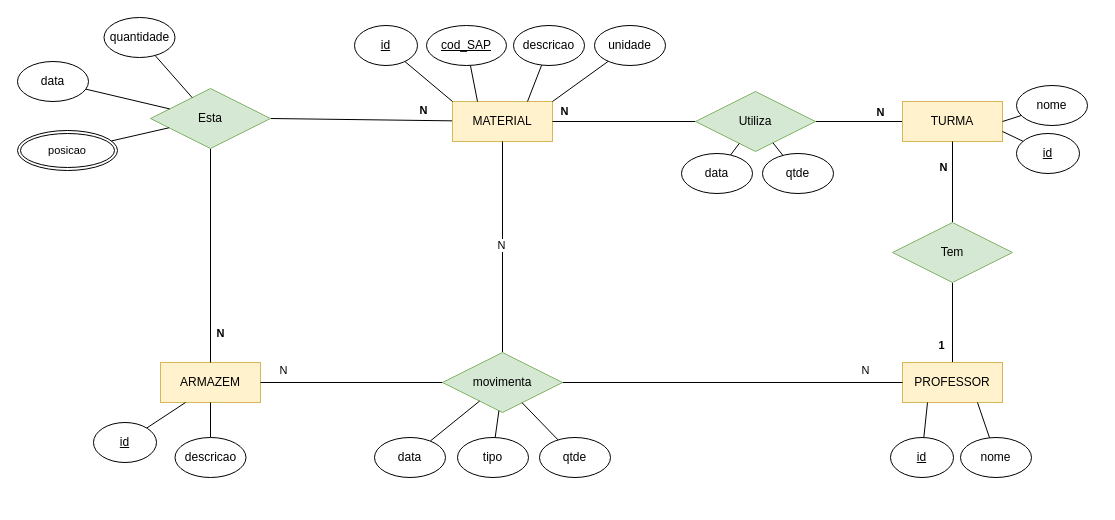
Before: ModelosDb/Oficinamec_v1.drawio.xml in FelipeOropeza/OficinaMecanicaSenai, a draw.io diagram. Source tidied: cells renumbered, new cells numbered last; positions are measured from the earlier drawing's top-left corner, leaving out a move shared by most shapes. Both pictures are drawn from the tidied source at 100%, with x=0, y=0 at pixel (17, 17).
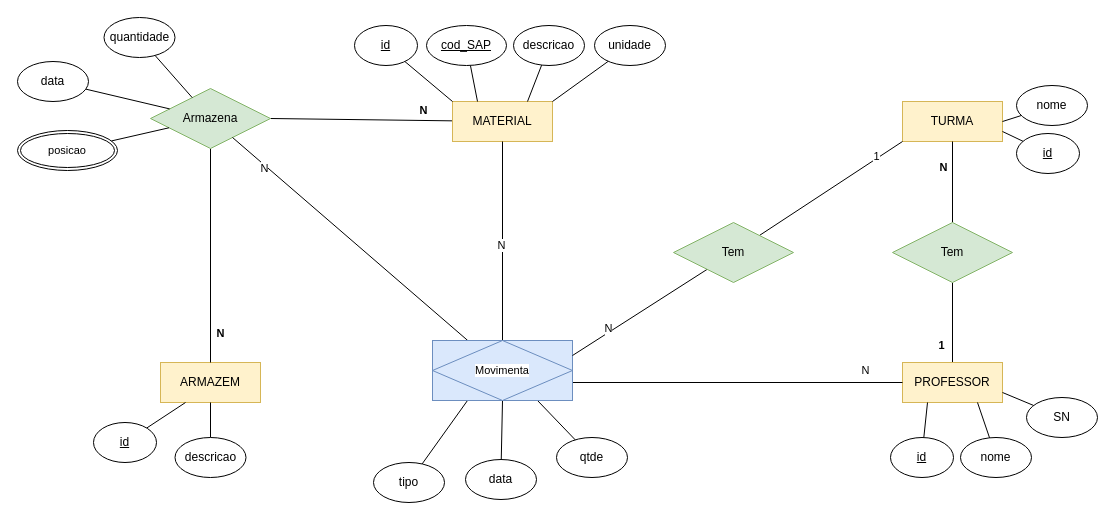
The same page after the edit.

Unchanged cells that the change refers to:
```xml
<mxCell id="4" value="PROFESSOR" style="whiteSpace=wrap;html=1;align=center;fillColor=#fff2cc;strokeColor=#d6b656;" parent="1" vertex="1">
  <mxGeometry x="885" y="345" width="100" height="40" as="geometry" />
</mxCell>
<mxCell id="5" value="ARMAZEM" style="whiteSpace=wrap;html=1;align=center;fillColor=#fff2cc;strokeColor=#d6b656;" parent="1" vertex="1">
  <mxGeometry x="143" y="345" width="100" height="40" as="geometry" />
</mxCell>
<mxCell id="8" value="MATERIAL" style="whiteSpace=wrap;html=1;align=center;fillColor=#fff2cc;strokeColor=#d6b656;" parent="1" vertex="1">
  <mxGeometry x="435" y="84" width="100" height="40" as="geometry" />
</mxCell>
<mxCell id="11" value="TURMA" style="whiteSpace=wrap;html=1;align=center;fillColor=#fff2cc;strokeColor=#d6b656;" parent="1" vertex="1">
  <mxGeometry x="885" y="84" width="100" height="40" as="geometry" />
</mxCell>
```

The edit, as a diff of the source:
```diff
@@
-    <mxCell id="9" style="edgeStyle=none;rounded=0;jettySize=auto;html=1;entryX=1;entryY=0.5;entryDx=0;entryDy=0;strokeColor=default;align=center;verticalAlign=middle;fontFamily=Helvetica;fontSize=11;fontColor=default;labelBackgroundColor=default;endArrow=none;endFill=0;" parent="1" edge="1" source="11" target="42">
-      <mxGeometry relative="1" as="geometry" />
-    </mxCell>
-    <mxCell id="10" value="N" style="edgeLabel;html=1;align=center;verticalAlign=middle;fontFamily=Helvetica;fontSize=11;fontColor=default;labelBackgroundColor=default;fontStyle=1;" parent="9" vertex="1">
-      <mxGeometry x="-0.46" relative="1" as="geometry">
-        <mxPoint y="-10" as="offset" />
-      </mxGeometry>
-    </mxCell>
@@
-    <mxCell id="14" value="Esta" style="shape=rhombus;perimeter=rhombusPerimeter;whiteSpace=wrap;html=1;align=center;fillColor=#d5e8d4;strokeColor=#82b366;" parent="1" vertex="1">
+    <mxCell id="14" value="Armazena" style="shape=rhombus;perimeter=rhombusPerimeter;whiteSpace=wrap;html=1;align=center;fillColor=#d5e8d4;strokeColor=#82b366;" parent="1" vertex="1">
       <mxGeometry x="133" y="71" width="120" height="60" as="geometry" />
     </mxCell>
@@
-    <mxCell id="40" style="edgeStyle=none;rounded=0;jettySize=auto;html=1;entryX=1;entryY=0.5;entryDx=0;entryDy=0;strokeColor=default;align=center;verticalAlign=middle;fontFamily=Helvetica;fontSize=11;fontColor=default;labelBackgroundColor=default;endArrow=none;endFill=0;exitX=0;exitY=0.5;exitDx=0;exitDy=0;" parent="1" edge="1" source="42" target="8">
-      <mxGeometry relative="1" as="geometry" />
-    </mxCell>
-    <mxCell id="41" value="N" style="edgeLabel;html=1;align=center;verticalAlign=middle;fontFamily=Helvetica;fontSize=11;fontColor=default;labelBackgroundColor=default;fontStyle=1;" parent="40" vertex="1">
-      <mxGeometry x="0.11" y="-3" relative="1" as="geometry">
-        <mxPoint x="-53" y="-8" as="offset" />
-      </mxGeometry>
-    </mxCell>
-    <mxCell id="42" value="Utiliza" style="shape=rhombus;perimeter=rhombusPerimeter;whiteSpace=wrap;html=1;align=center;fillColor=#d5e8d4;strokeColor=#82b366;" parent="1" vertex="1">
-      <mxGeometry x="678" y="74" width="120" height="60" as="geometry" />
-    </mxCell>
-    <mxCell id="43" style="edgeStyle=none;rounded=0;jettySize=auto;html=1;entryX=0.5;entryY=1;entryDx=0;entryDy=0;strokeColor=default;align=center;verticalAlign=middle;fontFamily=Helvetica;fontSize=11;fontColor=default;labelBackgroundColor=default;endArrow=none;endFill=0;" parent="1" edge="1" source="49" target="8">
-      <mxGeometry relative="1" as="geometry" />
+    <mxCell id="43" style="edgeStyle=none;rounded=0;jettySize=auto;html=1;entryX=0.5;entryY=1;entryDx=0;entryDy=0;strokeColor=default;align=center;verticalAlign=middle;fontFamily=Helvetica;fontSize=11;fontColor=default;labelBackgroundColor=default;endArrow=none;endFill=0;" parent="1" edge="1" target="8">
+      <mxGeometry relative="1" as="geometry">
+        <mxPoint x="485" y="335" as="sourcePoint" />
+      </mxGeometry>
     </mxCell>
@@
-    <mxCell id="45" style="edgeStyle=none;rounded=0;jettySize=auto;html=1;strokeColor=default;align=center;verticalAlign=middle;fontFamily=Helvetica;fontSize=11;fontColor=default;labelBackgroundColor=default;endArrow=none;endFill=0;" parent="1" edge="1" source="49" target="5">
-      <mxGeometry relative="1" as="geometry" />
-    </mxCell>
-    <mxCell id="46" value="N" style="edgeLabel;html=1;align=center;verticalAlign=middle;fontFamily=Helvetica;fontSize=11;fontColor=default;labelBackgroundColor=default;" parent="45" vertex="1">
-      <mxGeometry x="-0.23" y="1" relative="1" as="geometry">
-        <mxPoint x="-90" y="-14" as="offset" />
-      </mxGeometry>
-    </mxCell>
-    <mxCell id="47" style="edgeStyle=none;rounded=0;jettySize=auto;html=1;strokeColor=default;align=center;verticalAlign=middle;fontFamily=Helvetica;fontSize=11;fontColor=default;labelBackgroundColor=default;endArrow=none;endFill=0;" parent="1" edge="1" source="49" target="4">
-      <mxGeometry relative="1" as="geometry" />
+    <mxCell id="47" style="edgeStyle=none;rounded=0;jettySize=auto;html=1;strokeColor=default;align=center;verticalAlign=middle;fontFamily=Helvetica;fontSize=11;fontColor=default;labelBackgroundColor=default;endArrow=none;endFill=0;" parent="1" edge="1" target="4">
+      <mxGeometry relative="1" as="geometry">
+        <mxPoint x="545" y="365" as="sourcePoint" />
+      </mxGeometry>
     </mxCell>
@@
-    <mxCell id="49" value="movimenta" style="shape=rhombus;perimeter=rhombusPerimeter;whiteSpace=wrap;html=1;align=center;fillColor=#d5e8d4;strokeColor=#82b366;" parent="1" vertex="1">
-      <mxGeometry x="425" y="335" width="120" height="60" as="geometry" />
-    </mxCell>
-    <mxCell id="50" style="edgeStyle=none;rounded=0;jettySize=auto;html=1;strokeColor=default;align=center;verticalAlign=middle;fontFamily=Helvetica;fontSize=11;fontColor=default;labelBackgroundColor=default;endArrow=none;endFill=0;" parent="1" edge="1" source="51" target="49">
-      <mxGeometry relative="1" as="geometry" />
-    </mxCell>
+    <mxCell id="64" style="edgeStyle=none;rounded=0;jettySize=auto;html=1;entryX=0.5;entryY=1;entryDx=0;entryDy=0;strokeColor=default;align=center;verticalAlign=middle;fontFamily=Helvetica;fontSize=11;fontColor=default;labelBackgroundColor=default;endArrow=none;endFill=0;" parent="1" edge="1" source="51" target="68">
+      <mxGeometry relative="1" as="geometry" />
+    </mxCell>
     <mxCell id="51" value="data" style="ellipse;whiteSpace=wrap;html=1;align=center;" parent="1" vertex="1">
-      <mxGeometry x="357" y="420" width="71" height="40" as="geometry" />
+      <mxGeometry x="448" y="442" width="71" height="40" as="geometry" />
     </mxCell>
-    <mxCell id="52" style="edgeStyle=none;rounded=0;jettySize=auto;html=1;strokeColor=default;align=center;verticalAlign=middle;fontFamily=Helvetica;fontSize=11;fontColor=default;labelBackgroundColor=default;endArrow=none;endFill=0;" parent="1" edge="1" source="53" target="49">
+    <mxCell id="52" style="edgeStyle=none;rounded=0;jettySize=auto;html=1;strokeColor=default;align=center;verticalAlign=middle;fontFamily=Helvetica;fontSize=11;fontColor=default;labelBackgroundColor=default;endArrow=none;endFill=0;entryX=0.75;entryY=1;entryDx=0;entryDy=0;" parent="1" edge="1" source="53" target="68">
       <mxGeometry relative="1" as="geometry" />
     </mxCell>
     <mxCell id="53" value="qtde" style="ellipse;whiteSpace=wrap;html=1;align=center;" parent="1" vertex="1">
-      <mxGeometry x="522" y="420" width="71" height="40" as="geometry" />
+      <mxGeometry x="539" y="420" width="71" height="40" as="geometry" />
     </mxCell>
-    <mxCell id="54" style="edgeStyle=none;rounded=0;jettySize=auto;html=1;strokeColor=default;align=center;verticalAlign=middle;fontFamily=Helvetica;fontSize=11;fontColor=default;labelBackgroundColor=default;endArrow=none;endFill=0;" parent="1" edge="1" source="55" target="49">
-      <mxGeometry relative="1" as="geometry" />
-    </mxCell>
+    <mxCell id="65" style="edgeStyle=none;rounded=0;jettySize=auto;html=1;entryX=0.25;entryY=1;entryDx=0;entryDy=0;strokeColor=default;align=center;verticalAlign=middle;fontFamily=Helvetica;fontSize=11;fontColor=default;labelBackgroundColor=default;endArrow=none;endFill=0;" parent="1" edge="1" source="55" target="68">
+      <mxGeometry relative="1" as="geometry" />
+    </mxCell>
     <mxCell id="55" value="tipo" style="ellipse;whiteSpace=wrap;html=1;align=center;" parent="1" vertex="1">
-      <mxGeometry x="440" y="420" width="71" height="40" as="geometry" />
+      <mxGeometry x="356" y="445" width="71" height="40" as="geometry" />
     </mxCell>
-    <mxCell id="56" style="edgeStyle=none;rounded=0;jettySize=auto;html=1;strokeColor=default;align=center;verticalAlign=middle;fontFamily=Helvetica;fontSize=11;fontColor=default;labelBackgroundColor=default;endArrow=none;endFill=0;" parent="1" edge="1" source="57" target="42">
-      <mxGeometry relative="1" as="geometry" />
-    </mxCell>
-    <mxCell id="57" value="data" style="ellipse;whiteSpace=wrap;html=1;align=center;" parent="1" vertex="1">
-      <mxGeometry x="664" y="136" width="71" height="40" as="geometry" />
-    </mxCell>
-    <mxCell id="58" style="edgeStyle=none;rounded=0;jettySize=auto;html=1;strokeColor=default;align=center;verticalAlign=middle;fontFamily=Helvetica;fontSize=11;fontColor=default;labelBackgroundColor=default;endArrow=none;endFill=0;" parent="1" edge="1" source="59" target="42">
-      <mxGeometry relative="1" as="geometry" />
-    </mxCell>
-    <mxCell id="59" value="qtde" style="ellipse;whiteSpace=wrap;html=1;align=center;" parent="1" vertex="1">
-      <mxGeometry x="745" y="136" width="71" height="40" as="geometry" />
-    </mxCell>
@@
+    <mxCell id="66" style="edgeStyle=none;rounded=0;jettySize=auto;html=1;strokeColor=default;align=center;verticalAlign=middle;fontFamily=Helvetica;fontSize=11;fontColor=default;labelBackgroundColor=default;endArrow=none;endFill=0;" parent="1" edge="1" source="68" target="14">
+      <mxGeometry relative="1" as="geometry" />
+    </mxCell>
+    <mxCell id="67" value="N" style="edgeLabel;html=1;align=center;verticalAlign=middle;fontFamily=Helvetica;fontSize=11;fontColor=default;labelBackgroundColor=default;" parent="66" vertex="1">
+      <mxGeometry x="0.72" y="3" relative="1" as="geometry" />
+    </mxCell>
+    <mxCell id="68" value="Movimenta" style="shape=associativeEntity;whiteSpace=wrap;html=1;align=center;fontFamily=Helvetica;fontSize=11;labelBackgroundColor=default;fillColor=#dae8fc;strokeColor=#6c8ebf;" parent="1" vertex="1">
+      <mxGeometry x="415" y="323" width="140" height="60" as="geometry" />
+    </mxCell>
+    <mxCell id="69" style="edgeStyle=none;rounded=0;jettySize=auto;html=1;entryX=0;entryY=1;entryDx=0;entryDy=0;strokeColor=default;align=center;verticalAlign=middle;fontFamily=Helvetica;fontSize=11;fontColor=default;labelBackgroundColor=default;endArrow=none;endFill=0;" parent="1" edge="1" source="73" target="11">
+      <mxGeometry relative="1" as="geometry" />
+    </mxCell>
+    <mxCell id="70" value="1" style="edgeLabel;html=1;align=center;verticalAlign=middle;fontFamily=Helvetica;fontSize=11;fontColor=default;labelBackgroundColor=default;" parent="69" vertex="1">
+      <mxGeometry x="0.65" y="2" relative="1" as="geometry" />
+    </mxCell>
+    <mxCell id="71" style="edgeStyle=none;rounded=0;jettySize=auto;html=1;entryX=1;entryY=0.25;entryDx=0;entryDy=0;strokeColor=default;align=center;verticalAlign=middle;fontFamily=Helvetica;fontSize=11;fontColor=default;labelBackgroundColor=default;endArrow=none;endFill=0;" parent="1" edge="1" source="73" target="68">
+      <mxGeometry relative="1" as="geometry" />
+    </mxCell>
+    <mxCell id="72" value="N" style="edgeLabel;html=1;align=center;verticalAlign=middle;fontFamily=Helvetica;fontSize=11;fontColor=default;labelBackgroundColor=default;" parent="71" vertex="1">
+      <mxGeometry x="0.44" y="-4" relative="1" as="geometry" />
+    </mxCell>
+    <mxCell id="73" value="Tem" style="shape=rhombus;perimeter=rhombusPerimeter;whiteSpace=wrap;html=1;align=center;fillColor=#d5e8d4;strokeColor=#82b366;" parent="1" vertex="1">
+      <mxGeometry x="656" y="205" width="120" height="60" as="geometry" />
+    </mxCell>
+    <mxCell id="74" style="edgeStyle=none;rounded=0;jettySize=auto;html=1;entryX=1;entryY=0.75;entryDx=0;entryDy=0;strokeColor=default;align=center;verticalAlign=middle;fontFamily=Helvetica;fontSize=11;fontColor=default;labelBackgroundColor=default;endArrow=none;endFill=0;" parent="1" edge="1" source="75" target="4">
+      <mxGeometry relative="1" as="geometry" />
+    </mxCell>
+    <mxCell id="75" value="SN" style="ellipse;whiteSpace=wrap;html=1;align=center;" parent="1" vertex="1">
+      <mxGeometry x="1009" y="380" width="71" height="40" as="geometry" />
+    </mxCell>
```
